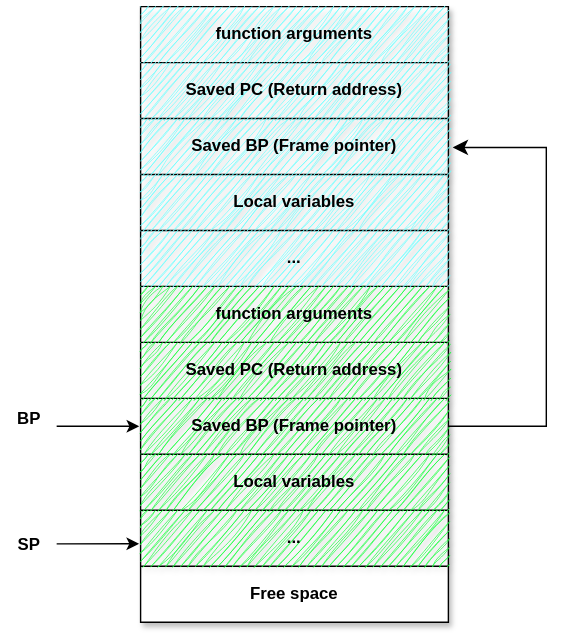
This is content/images/memory-sp-bp.svg from maxgio92/notes, a draw.io export, as it was before one commit. Source tidied: cells renumbered, new cells last; positions are measured from the earlier drawing's top-left corner, leaving out a move shared by most shapes.
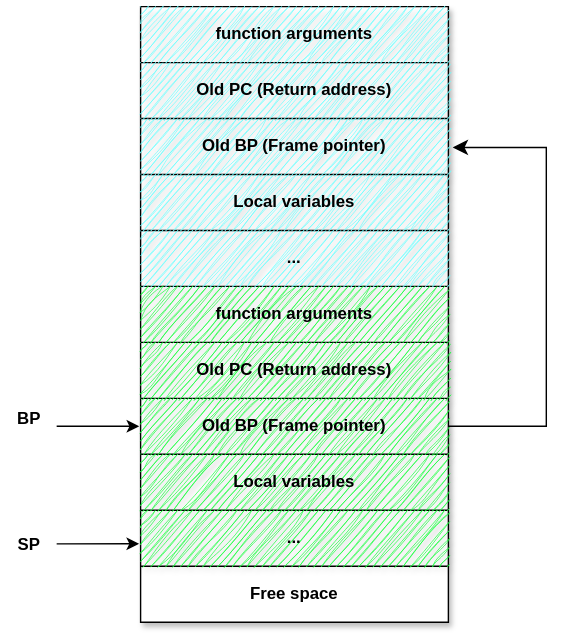
Later version of the same file.

Commit message:
chore(content/images): update scheme

What changed in the source:
```diff
@@ -14,13 +14,13 @@
     <mxCell id="5" style="shape=tableRow;horizontal=0;startSize=0;swimlaneHead=0;swimlaneBody=0;strokeColor=inherit;top=0;left=0;bottom=0;right=0;fillColor=none;fontStyle=1;shadow=1;" parent="2" vertex="1">
       <mxGeometry y="40" width="220" height="40" as="geometry" />
     </mxCell>
-    <mxCell id="6" value="Saved PC (Return address)" style="shape=partialRectangle;html=1;whiteSpace=wrap;strokeColor=#6c8ebf;overflow=hidden;fillColor=#66FFFF;top=0;left=0;bottom=0;right=0;sketch=1;curveFitting=1;jiggle=2;fontStyle=1;shadow=1;" parent="5" vertex="1">
+    <mxCell id="6" value="Old PC (Return address)" style="shape=partialRectangle;html=1;whiteSpace=wrap;strokeColor=#6c8ebf;overflow=hidden;fillColor=#66FFFF;top=0;left=0;bottom=0;right=0;sketch=1;curveFitting=1;jiggle=2;fontStyle=1;shadow=1;" parent="5" vertex="1">
       <mxGeometry width="220" height="40" as="geometry" />
     </mxCell>
     <mxCell id="7" style="shape=tableRow;horizontal=0;startSize=0;swimlaneHead=0;swimlaneBody=0;strokeColor=inherit;top=0;left=0;bottom=0;right=0;fillColor=none;points=[[0,0.5],[1,0.5]];portConstraint=eastwest;fontStyle=1;shadow=1;" parent="2" vertex="1">
       <mxGeometry y="80" width="220" height="40" as="geometry" />
     </mxCell>
-    <mxCell id="8" value="Saved BP (Frame pointer)" style="shape=partialRectangle;html=1;whiteSpace=wrap;strokeColor=#6c8ebf;overflow=hidden;fillColor=#66FFFF;top=0;left=0;bottom=0;right=0;sketch=1;curveFitting=1;jiggle=2;fontStyle=1;shadow=1;" parent="7" vertex="1">
+    <mxCell id="8" value="Old BP (Frame pointer)" style="shape=partialRectangle;html=1;whiteSpace=wrap;strokeColor=#6c8ebf;overflow=hidden;fillColor=#66FFFF;top=0;left=0;bottom=0;right=0;sketch=1;curveFitting=1;jiggle=2;fontStyle=1;shadow=1;" parent="7" vertex="1">
       <mxGeometry width="220" height="40" as="geometry" />
     </mxCell>
     <mxCell id="9" style="shape=tableRow;horizontal=0;startSize=0;swimlaneHead=0;swimlaneBody=0;strokeColor=inherit;top=0;left=0;bottom=0;right=0;fillColor=none;fontStyle=1;shadow=1;" parent="2" vertex="1">
@@ -44,13 +44,13 @@
     <mxCell id="15" style="shape=tableRow;horizontal=0;startSize=0;swimlaneHead=0;swimlaneBody=0;strokeColor=inherit;top=0;left=0;bottom=0;right=0;fillColor=none;fontStyle=1;shadow=1;" parent="2" vertex="1">
       <mxGeometry y="240" width="220" height="40" as="geometry" />
     </mxCell>
-    <mxCell id="16" value="Saved PC (Return address)" style="shape=partialRectangle;html=1;whiteSpace=wrap;strokeColor=#82b366;overflow=hidden;fillColor=#12FF39;top=0;left=0;bottom=0;right=0;sketch=1;curveFitting=1;jiggle=2;fontStyle=1;shadow=1;" parent="15" vertex="1">
+    <mxCell id="16" value="Old PC (Return address)" style="shape=partialRectangle;html=1;whiteSpace=wrap;strokeColor=#82b366;overflow=hidden;fillColor=#12FF39;top=0;left=0;bottom=0;right=0;sketch=1;curveFitting=1;jiggle=2;fontStyle=1;shadow=1;" parent="15" vertex="1">
       <mxGeometry width="220" height="40" as="geometry" />
     </mxCell>
     <mxCell id="17" style="shape=tableRow;horizontal=0;startSize=0;swimlaneHead=0;swimlaneBody=0;strokeColor=inherit;top=0;left=0;bottom=0;right=0;fillColor=none;points=[[0,0.5],[1,0.5]];portConstraint=eastwest;fontStyle=1;shadow=1;" parent="2" vertex="1">
       <mxGeometry y="280" width="220" height="40" as="geometry" />
     </mxCell>
-    <mxCell id="18" value="Saved BP (Frame pointer)" style="shape=partialRectangle;html=1;whiteSpace=wrap;strokeColor=#82b366;overflow=hidden;fillColor=#12FF39;top=0;left=0;bottom=0;right=0;sketch=1;curveFitting=1;jiggle=2;fontStyle=1;shadow=1;" parent="17" vertex="1">
+    <mxCell id="18" value="Old BP (Frame pointer)" style="shape=partialRectangle;html=1;whiteSpace=wrap;strokeColor=#82b366;overflow=hidden;fillColor=#12FF39;top=0;left=0;bottom=0;right=0;sketch=1;curveFitting=1;jiggle=2;fontStyle=1;shadow=1;" parent="17" vertex="1">
       <mxGeometry width="220" height="40" as="geometry" />
     </mxCell>
     <mxCell id="19" style="shape=tableRow;horizontal=0;startSize=0;swimlaneHead=0;swimlaneBody=0;strokeColor=inherit;top=0;left=0;bottom=0;right=0;fillColor=none;fontStyle=1;shadow=1;" parent="2" vertex="1">
```
